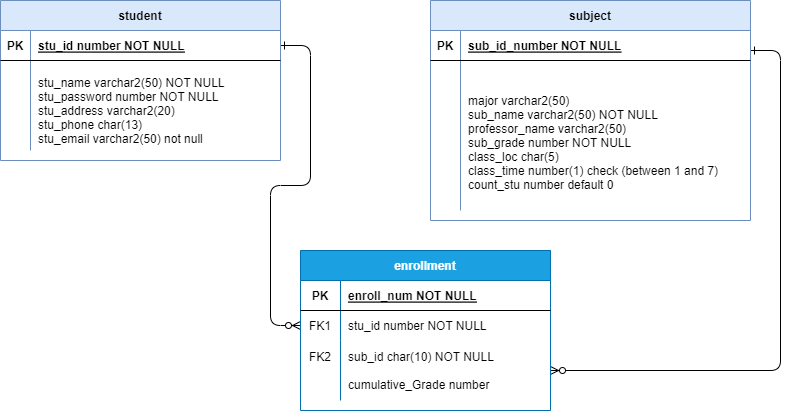
This is shinhan_project1.drawio.png from seoyoung98/Enrollment, a draw.io export, as it was before one commit. Source tidied: cells renumbered, new cells last; positions are measured from the earlier drawing's top-left corner, leaving out a move shared by most shapes.
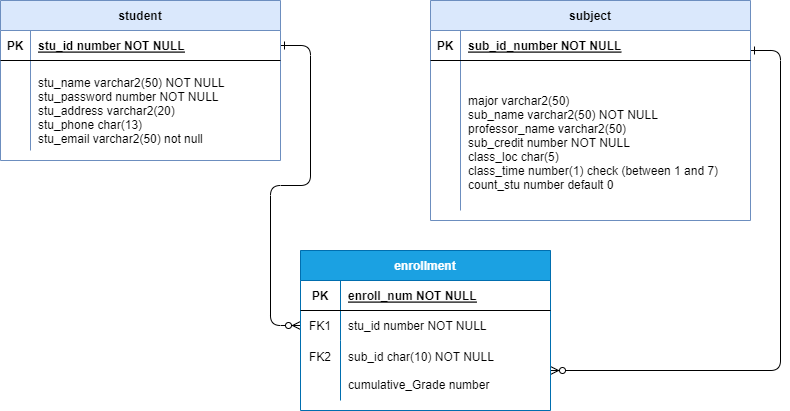
After the commit.

What changed in the source:
```diff
@@ -67,7 +67,7 @@
     <mxCell id="19" style="shape=partialRectangle;overflow=hidden;fillColor=none;top=0;left=0;bottom=0;right=0;" parent="18" vertex="1">
       <mxGeometry width="30" height="150" as="geometry" />
     </mxCell>
-    <mxCell id="20" value="&#10;major varchar2(50)&#10;sub_name varchar2(50) NOT NULL&#10;professor_name varchar2(50)&#10;sub_grade number NOT NULL&#10;class_loc char(5)&#10;class_time number(1) check (between 1 and 7)&#10;count_stu number default 0" style="shape=partialRectangle;overflow=hidden;fillColor=none;top=0;left=0;bottom=0;right=0;align=left;spacingLeft=6;" parent="18" vertex="1">
+    <mxCell id="20" value="&#10;major varchar2(50)&#10;sub_name varchar2(50) NOT NULL&#10;professor_name varchar2(50)&#10;sub_credit number NOT NULL&#10;class_loc char(5)&#10;class_time number(1) check (between 1 and 7)&#10;count_stu number default 0" style="shape=partialRectangle;overflow=hidden;fillColor=none;top=0;left=0;bottom=0;right=0;align=left;spacingLeft=6;" parent="18" vertex="1">
       <mxGeometry x="30" width="290" height="150" as="geometry" />
     </mxCell>
     <mxCell id="21" value="student" style="shape=table;startSize=30;rowLines=0;fontStyle=1;align=center;fillColor=#dae8fc;strokeColor=#6c8ebf;" parent="1" vertex="1">
```
